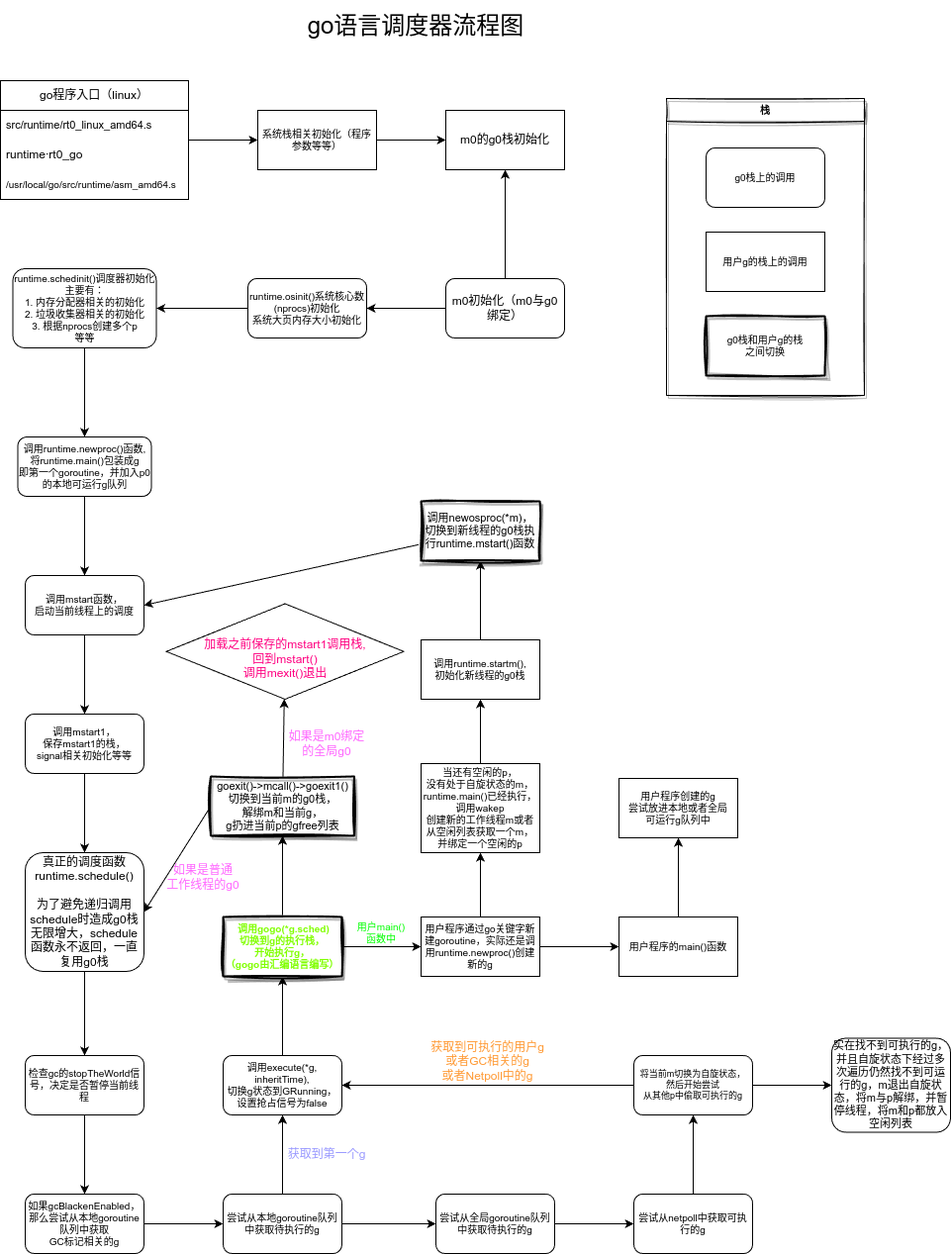
Earlier version of the draw.io export go_sched.png (moqsien/img_repo). Source tidied: cells renumbered, new cells last; positions are measured from the earlier drawing's top-left corner, leaving out a move shared by most shapes.
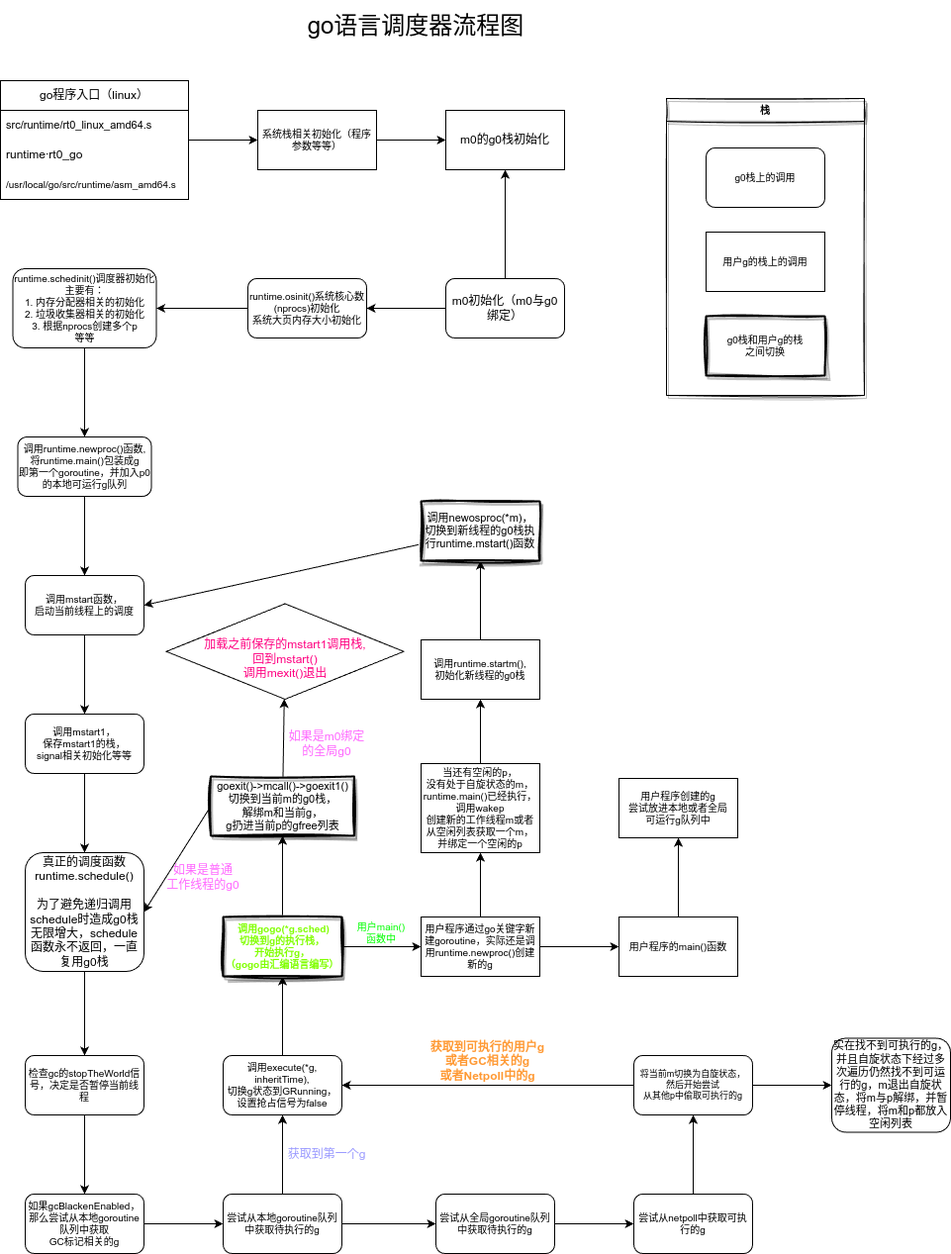
Later version of the same file.

The edit, as a diff of the source:
```diff
@@ -92,7 +92,7 @@
     <mxCell id="31" value="&lt;font style=&quot;font-size: 12px;&quot;&gt;获取到第一个g&lt;/font&gt;" style="text;html=1;strokeColor=none;fillColor=none;align=center;verticalAlign=middle;whiteSpace=wrap;rounded=0;fontSize=9;fontColor=#9999FF;" parent="1" vertex="1">
       <mxGeometry x="280" y="1150" width="100" height="30" as="geometry" />
     </mxCell>
-    <mxCell id="32" value="&lt;font color=&quot;#ff9933&quot;&gt;获取到可执行的用户g&lt;br&gt;或者GC相关的g&lt;br&gt;或者Netpoll中的g&lt;/font&gt;" style="text;html=1;strokeColor=none;fillColor=none;align=center;verticalAlign=middle;whiteSpace=wrap;rounded=0;fontSize=12;fontColor=#99FFCC;" parent="1" vertex="1">
+    <mxCell id="32" value="&lt;font&gt;获取到可执行的用户g&lt;br&gt;或者GC相关的g&lt;br&gt;或者Netpoll中的g&lt;/font&gt;" style="text;html=1;strokeColor=none;fillColor=none;align=center;verticalAlign=middle;whiteSpace=wrap;rounded=0;fontSize=12;fontColor=#FF9933;fontStyle=1;" parent="1" vertex="1">
       <mxGeometry x="425" y="1047.5" width="135" height="46" as="geometry" />
     </mxCell>
     <mxCell id="33" style="edgeStyle=none;html=1;fontSize=11;" parent="1" edge="1" source="34" target="37">
```
